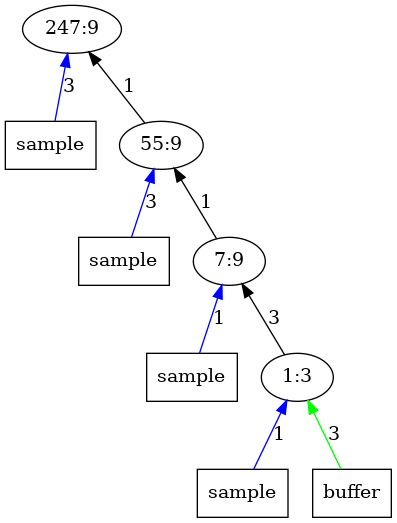
This is outputImages/op9.png.png from AbhikKhan/MTP_IITG, a Graphviz export, as it was before one commit. Its source is kept beside it as outputTrees/op9.dot.
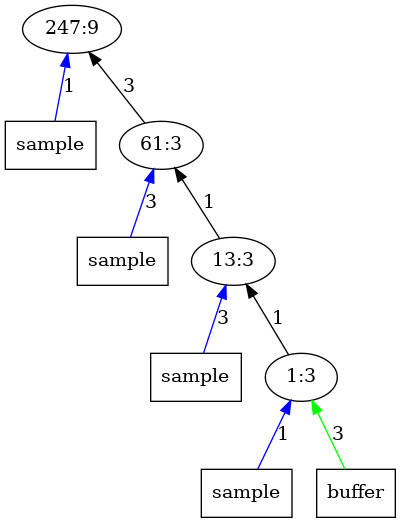
After the commit.

Diff of the diagram source:
```diff
@@ -1,17 +1,17 @@
 digraph Tree{
 	rankdir="BT"
-	x11 -> 1 [label = "3", color = "blue"];
+	x11 -> 1 [label = "1", color = "blue"];
 	x11 [label = "sample", shape = "box"];
 	1 [label = "247:9"];
-	2 -> 1 [label = "1", color = "black"];
+	2 -> 1 [label = "3", color = "black"];
 	x21 -> 2 [label = "3", color = "blue"];
 	x21 [label = "sample", shape = "box"];
-	2 [label = "55:9"];
+	2 [label = "61:3"];
 	3 -> 2 [label = "1", color = "black"];
-	x31 -> 3 [label = "1", color = "blue"];
+	x31 -> 3 [label = "3", color = "blue"];
 	x31 [label = "sample", shape = "box"];
-	3 [label = "7:9"];
-	4 -> 3 [label = "3", color = "black"];
+	3 [label = "13:3"];
+	4 -> 3 [label = "1", color = "black"];
 	x41 -> 4 [label = "1", color = "blue"];
 	x41 [label = "sample", shape = "box"];
 	x42 -> 4 [label = "3", color = "green"];
```
